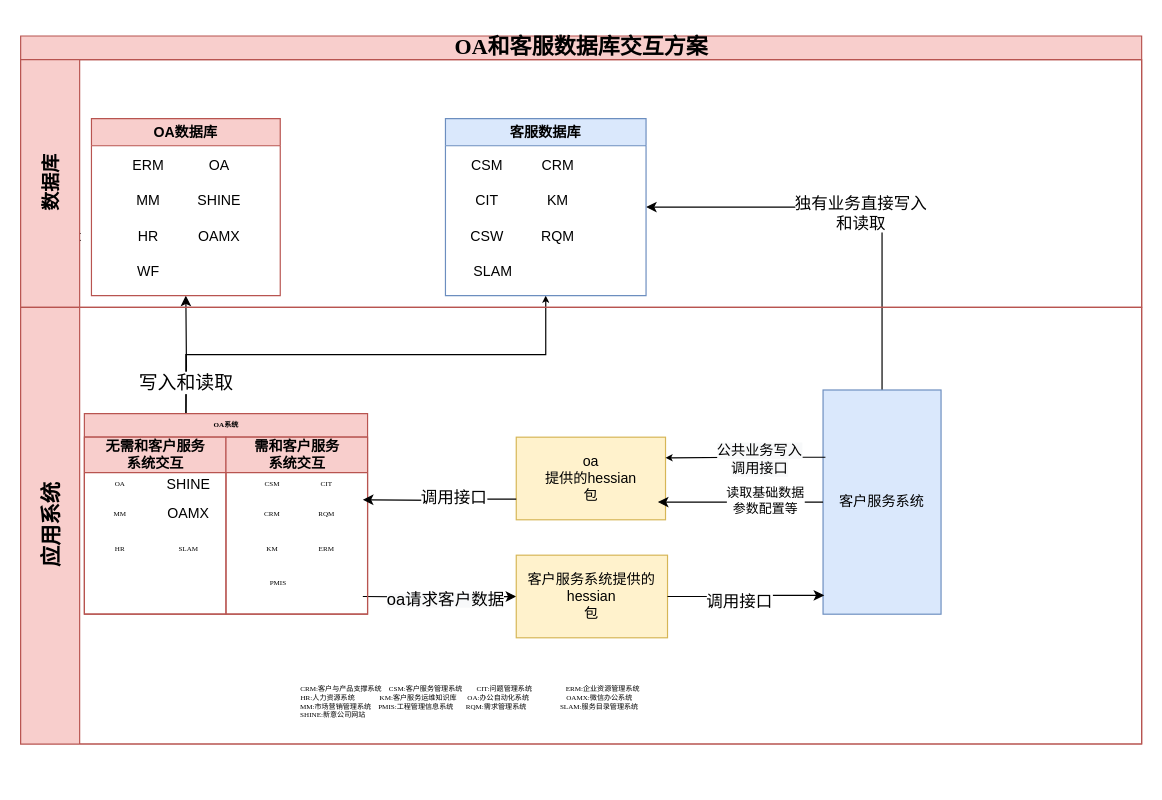
Above: newModel.drawio in lin-owen/hello-world (draw.io), before the change. Source tidied: cells renumbered, new cells numbered last; positions are measured from the earlier drawing's top-left corner, leaving out a move shared by most shapes. Both pictures are drawn from the tidied source at 118%, with x=0, y=0 at pixel (20, 35).
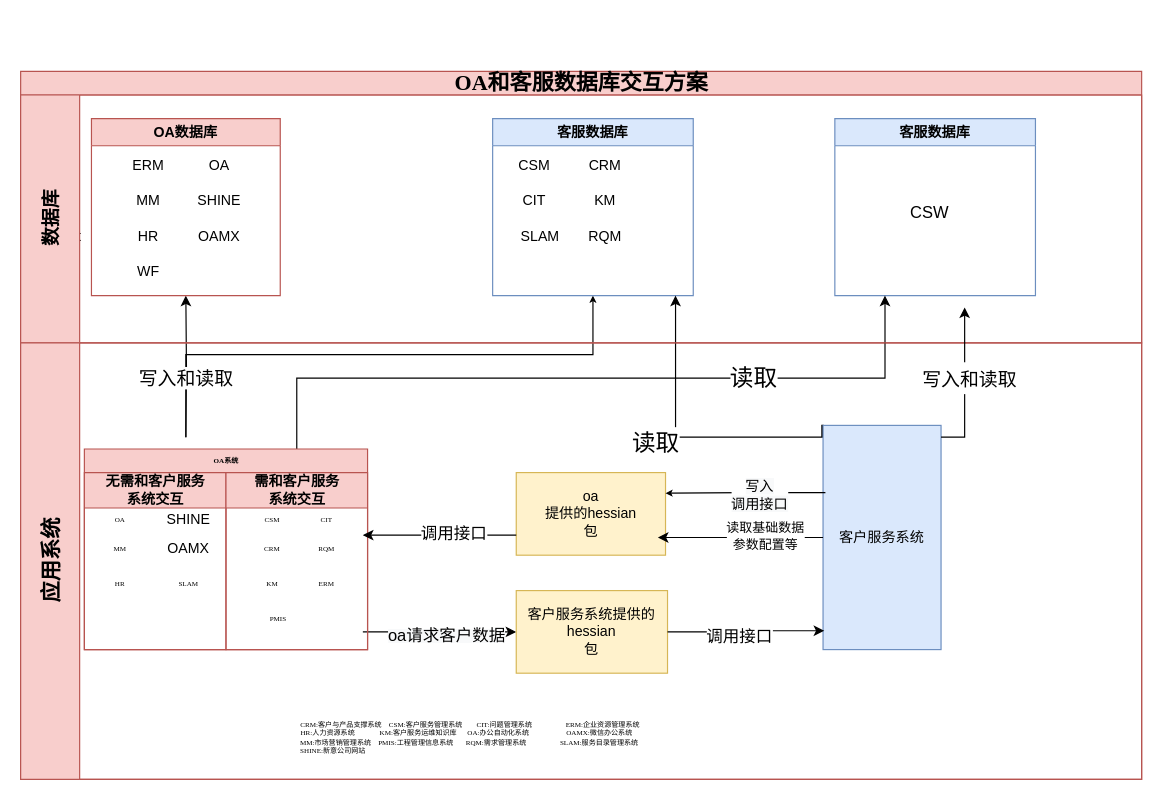
After the change.

Unchanged cells that the change refers to:
```xml
<mxCell id="27" value="&lt;font style=&quot;font-size: 16px&quot;&gt;数据库&lt;/font&gt;" style="swimlane;html=1;startSize=50;horizontal=0;fontSize=6;fillColor=#f8cecc;strokeColor=#b85450;" parent="26" vertex="1">
  <mxGeometry y="20" width="950" height="210" as="geometry" />
</mxCell>
<mxCell id="28" value="&lt;font face=&quot;Verdana&quot;&gt;&lt;span style=&quot;font-size: 18px&quot;&gt;应用系统&lt;/span&gt;&lt;/font&gt;" style="swimlane;html=1;startSize=50;horizontal=0;fillColor=#f8cecc;strokeColor=#b85450;" parent="26" vertex="1">
  <mxGeometry y="230" width="950" height="370" as="geometry" />
</mxCell>
<mxCell id="29" value="OA系统" style="swimlane;html=1;startSize=20;fontFamily=Times New Roman;fontSize=6;fillColor=#f8cecc;strokeColor=#b85450;" parent="28" vertex="1">
  <mxGeometry x="54" y="90" width="240" height="170" as="geometry" />
</mxCell>
<mxCell id="45" value="&lt;span&gt;客户服务系统提供的&lt;/span&gt;hessian&lt;span&gt;&lt;br&gt;包&lt;/span&gt;" style="rounded=0;whiteSpace=wrap;html=1;fillColor=#fff2cc;strokeColor=#d6b656;" parent="28" vertex="1">
  <mxGeometry x="420" y="210" width="128.2" height="70" as="geometry" />
</mxCell>
<mxCell id="46" value="oa&lt;br&gt;提供的hessian&lt;br&gt;包" style="rounded=0;whiteSpace=wrap;html=1;fillColor=#fff2cc;strokeColor=#d6b656;" parent="28" vertex="1">
  <mxGeometry x="420" y="110" width="126.5" height="70" as="geometry" />
</mxCell>
<mxCell id="47" value="客户服务系统" style="rounded=0;whiteSpace=wrap;html=1;fillColor=#dae8fc;strokeColor=#6c8ebf;" parent="28" vertex="1">
  <mxGeometry x="680" y="70" width="100" height="190" as="geometry" />
</mxCell>
<mxCell id="50" style="edgeStyle=orthogonalEdgeStyle;rounded=0;jettySize=auto;html=1;startSize=3;endSize=3;entryX=1;entryY=0.25;entryDx=0;entryDy=0;exitX=0.02;exitY=0.3;exitDx=0;exitDy=0;exitPerimeter=0;" parent="28" edge="1" source="47" target="46">
  <mxGeometry relative="1" as="geometry" />
</mxCell>
```

Diff of the diagram source:
```diff
@@
     <mxCell id="3" style="edgeStyle=orthogonalEdgeStyle;rounded=0;jettySize=auto;html=1;entryX=0;entryY=0.5;entryDx=0;entryDy=0;" parent="1" edge="1" target="45">
       <mxGeometry relative="1" as="geometry">
-        <mxPoint x="290" y="475" as="sourcePoint" />
+        <mxPoint x="290" y="505" as="sourcePoint" />
+        <Array as="points">
+          <mxPoint x="290" y="505" />
+        </Array>
       </mxGeometry>
     </mxCell>
@@
-    <mxCell id="5" style="edgeStyle=orthogonalEdgeStyle;rounded=0;jettySize=auto;html=1;entryX=1;entryY=0.5;entryDx=0;entryDy=0;exitX=0.5;exitY=0;exitDx=0;exitDy=0;" parent="1" edge="1" source="47" target="9">
-      <mxGeometry relative="1" as="geometry">
-        <Array as="points">
-          <mxPoint x="730" y="145" />
-        </Array>
-      </mxGeometry>
-    </mxCell>
-    <mxCell id="6" value="独有业务直接写入&lt;br style=&quot;font-size: 14px;&quot;&gt;和读取" style="edgeLabel;html=1;align=center;verticalAlign=middle;fontSize=14;" parent="5" vertex="1">
-      <mxGeometry x="-0.02" y="4" relative="1" as="geometry" />
-    </mxCell>
     <mxCell id="7" style="edgeStyle=orthogonalEdgeStyle;rounded=0;jettySize=auto;html=1;startSize=3;endSize=3;entryX=0.5;entryY=1;entryDx=0;entryDy=0;strokeWidth=1;" parent="1" edge="1" target="9">
       <mxGeometry relative="1" as="geometry">
         <mxPoint x="140" y="340" as="sourcePoint" />
         <Array as="points">
           <mxPoint x="140" y="270" />
-          <mxPoint x="445" y="270" />
+          <mxPoint x="485" y="270" />
         </Array>
       </mxGeometry>
     </mxCell>
@@
     <mxCell id="9" value="客服数据库" style="swimlane;fillColor=#dae8fc;strokeColor=#6c8ebf;" parent="1" vertex="1">
-      <mxGeometry x="360" y="70" width="170" height="150" as="geometry" />
+      <mxGeometry x="400" y="70" width="170" height="150" as="geometry" />
     </mxCell>
-    <mxCell id="10" value="CSW" style="text;html=1;align=center;verticalAlign=middle;" parent="9" vertex="1">
-      <mxGeometry x="15" y="90" width="40" height="20" as="geometry" />
-    </mxCell>
@@
     <mxCell id="16" value="SLAM" style="text;html=1;align=center;verticalAlign=middle;" parent="9" vertex="1">
-      <mxGeometry x="15" y="120" width="50" height="20" as="geometry" />
+      <mxGeometry x="15" y="90" width="50" height="20" as="geometry" />
     </mxCell>
@@
     <mxCell id="26" value="&lt;p class=&quot;MsoNormal&quot; style=&quot;margin-left: 21.25pt ; text-indent: -21.25pt&quot;&gt;&lt;span style=&quot;font-size: 18.6667px&quot;&gt;OA和客服数据库交互方案&lt;/span&gt;&lt;/p&gt;" style="swimlane;html=1;horizontal=1;startSize=20;labelPosition=center;verticalLabelPosition=middle;align=center;verticalAlign=middle;fontFamily=Times New Roman;fillColor=#f8cecc;strokeColor=#b85450;" parent="1" vertex="1">
-      <mxGeometry width="950" height="600" as="geometry" />
+      <mxGeometry y="30" width="950" height="600" as="geometry" />
     </mxCell>
@@
+    <mxCell id="57" value="客服数据库" style="swimlane;fillColor=#dae8fc;strokeColor=#6c8ebf;" parent="27" vertex="1">
+      <mxGeometry x="690" y="20" width="170" height="150" as="geometry" />
+    </mxCell>
+    <mxCell id="10" value="&lt;font style=&quot;font-size: 14px&quot;&gt;CSW&lt;/font&gt;" style="text;html=1;align=center;verticalAlign=middle;" parent="57" vertex="1">
+      <mxGeometry x="55" y="70" width="50" height="20" as="geometry" />
+    </mxCell>
+    <mxCell id="5" style="edgeStyle=orthogonalEdgeStyle;rounded=0;orthogonalLoop=1;jettySize=auto;html=1;" parent="57" edge="1">
+      <mxGeometry relative="1" as="geometry">
+        <mxPoint x="-11" y="270" as="sourcePoint" />
+        <mxPoint x="-135" y="150" as="targetPoint" />
+        <Array as="points">
+          <mxPoint x="-11" y="260" />
+          <mxPoint x="-10" y="270" />
+          <mxPoint x="-135" y="270" />
+        </Array>
+      </mxGeometry>
+    </mxCell>
+    <mxCell id="6" value="&lt;font style=&quot;font-size: 20px&quot;&gt;读取&lt;/font&gt;" style="edgeLabel;html=1;align=center;verticalAlign=middle;fontSize=22;" parent="5" vertex="1">
+      <mxGeometry x="-0.02" y="4" relative="1" as="geometry">
+        <mxPoint x="-33.8" as="offset" />
+      </mxGeometry>
+    </mxCell>
+    <mxCell id="58" style="edgeStyle=orthogonalEdgeStyle;rounded=0;jettySize=auto;html=1;exitX=0.75;exitY=0;exitDx=0;exitDy=0;entryX=0.25;entryY=1;entryDx=0;entryDy=0;fontSize=22;" parent="26" edge="1" source="29" target="57">
+      <mxGeometry relative="1" as="geometry">
+        <Array as="points">
+          <mxPoint x="234" y="260" />
+          <mxPoint x="733" y="260" />
+        </Array>
+      </mxGeometry>
+    </mxCell>
+    <mxCell id="59" value="&lt;font style=&quot;font-size: 20px&quot;&gt;读取&lt;/font&gt;" style="edgeLabel;html=1;align=center;verticalAlign=middle;fontSize=22;" parent="58" vertex="1">
+      <mxGeometry x="0.12" y="1" relative="1" as="geometry">
+        <mxPoint x="94.2" as="offset" />
+      </mxGeometry>
+    </mxCell>
@@
-    <mxCell id="51" value="&lt;span style=&quot;font-size: 12px ; background-color: rgb(248 , 249 , 250)&quot;&gt;公共业务写入&lt;br&gt;调用接口&lt;/span&gt;" style="edgeLabel;html=1;align=center;verticalAlign=middle;" parent="50" vertex="1">
+    <mxCell id="51" value="&lt;span style=&quot;font-size: 12px ; background-color: rgb(248 , 249 , 250)&quot;&gt;写入&lt;br&gt;调用接口&lt;/span&gt;" style="edgeLabel;html=1;align=center;verticalAlign=middle;" parent="50" vertex="1">
       <mxGeometry x="-0.16" y="1" relative="1" as="geometry" />
     </mxCell>
@@
+    <mxCell id="60" style="edgeStyle=orthogonalEdgeStyle;rounded=0;orthogonalLoop=1;jettySize=auto;html=1;fontSize=22;" parent="28" edge="1">
+      <mxGeometry relative="1" as="geometry">
+        <mxPoint x="780" y="80" as="sourcePoint" />
+        <mxPoint x="800" y="-30" as="targetPoint" />
+        <Array as="points">
+          <mxPoint x="800" y="80" />
+        </Array>
+      </mxGeometry>
+    </mxCell>
+    <mxCell id="61" value="&lt;font style=&quot;font-size: 16px&quot;&gt;写入和读取&lt;/font&gt;" style="edgeLabel;html=1;align=center;verticalAlign=middle;fontSize=22;" parent="60" vertex="1">
+      <mxGeometry x="0.22" y="-3" relative="1" as="geometry">
+        <mxPoint y="8.8" as="offset" />
+      </mxGeometry>
+    </mxCell>
     <mxCell id="55" style="edgeStyle=orthogonalEdgeStyle;rounded=0;jettySize=auto;html=1;exitX=0;exitY=0.75;exitDx=0;exitDy=0;fontFamily=Times New Roman;fontSize=6;" parent="1" edge="1" source="46">
       <mxGeometry relative="1" as="geometry">
-        <mxPoint x="290" y="393" as="targetPoint" />
+        <mxPoint x="290" y="423" as="targetPoint" />
+        <Array as="points">
+          <mxPoint x="290" y="423" />
+        </Array>
       </mxGeometry>
     </mxCell>
```
